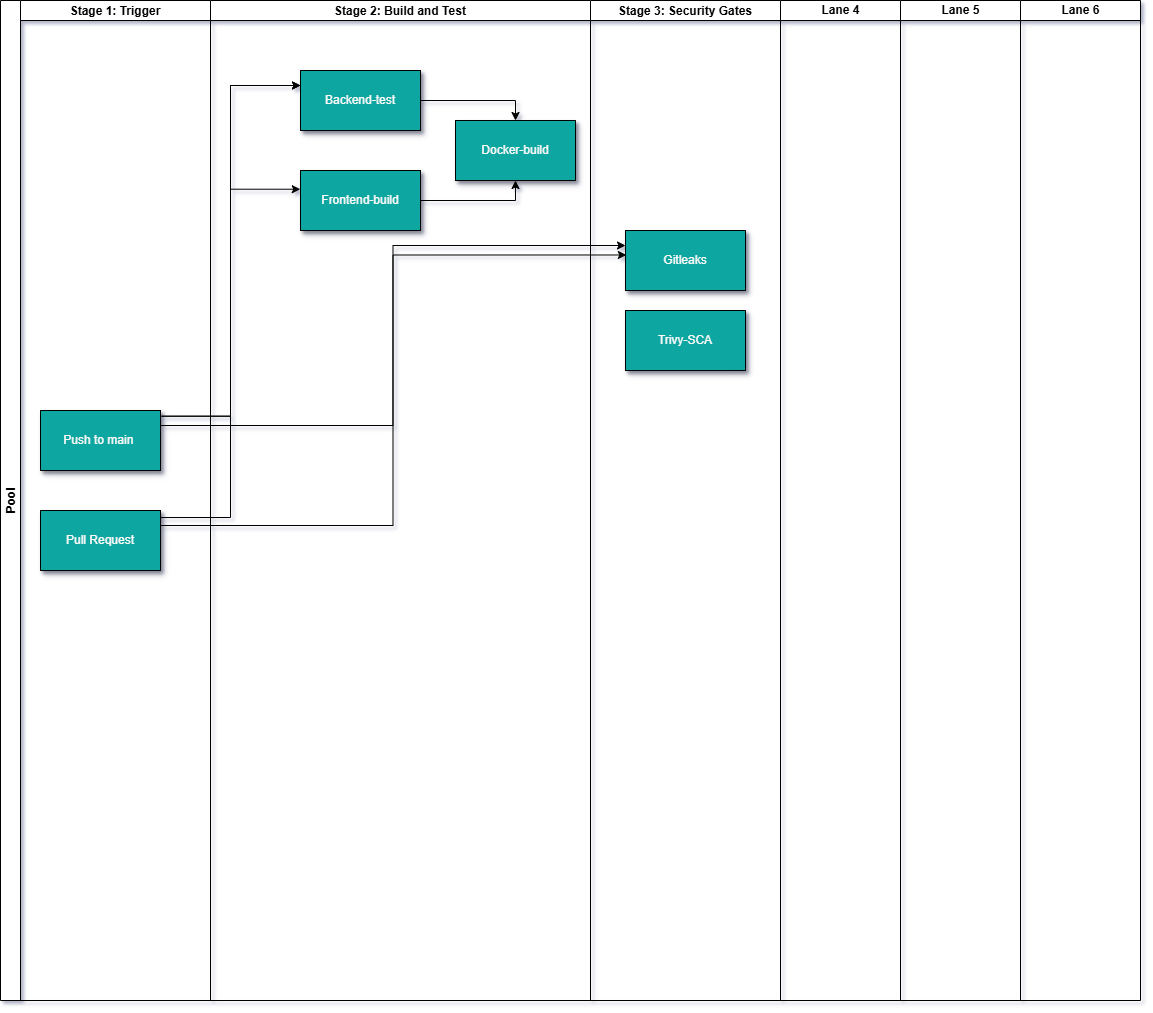
Before: docs/CICD_Pipeline.png, a diagram exported from draw.io (Sunloid/DevSecOps_Automated_CICD_pipeline). Source tidied: cells renumbered, new cells last; positions are measured from the earlier drawing's top-left corner, leaving out a move shared by most shapes.
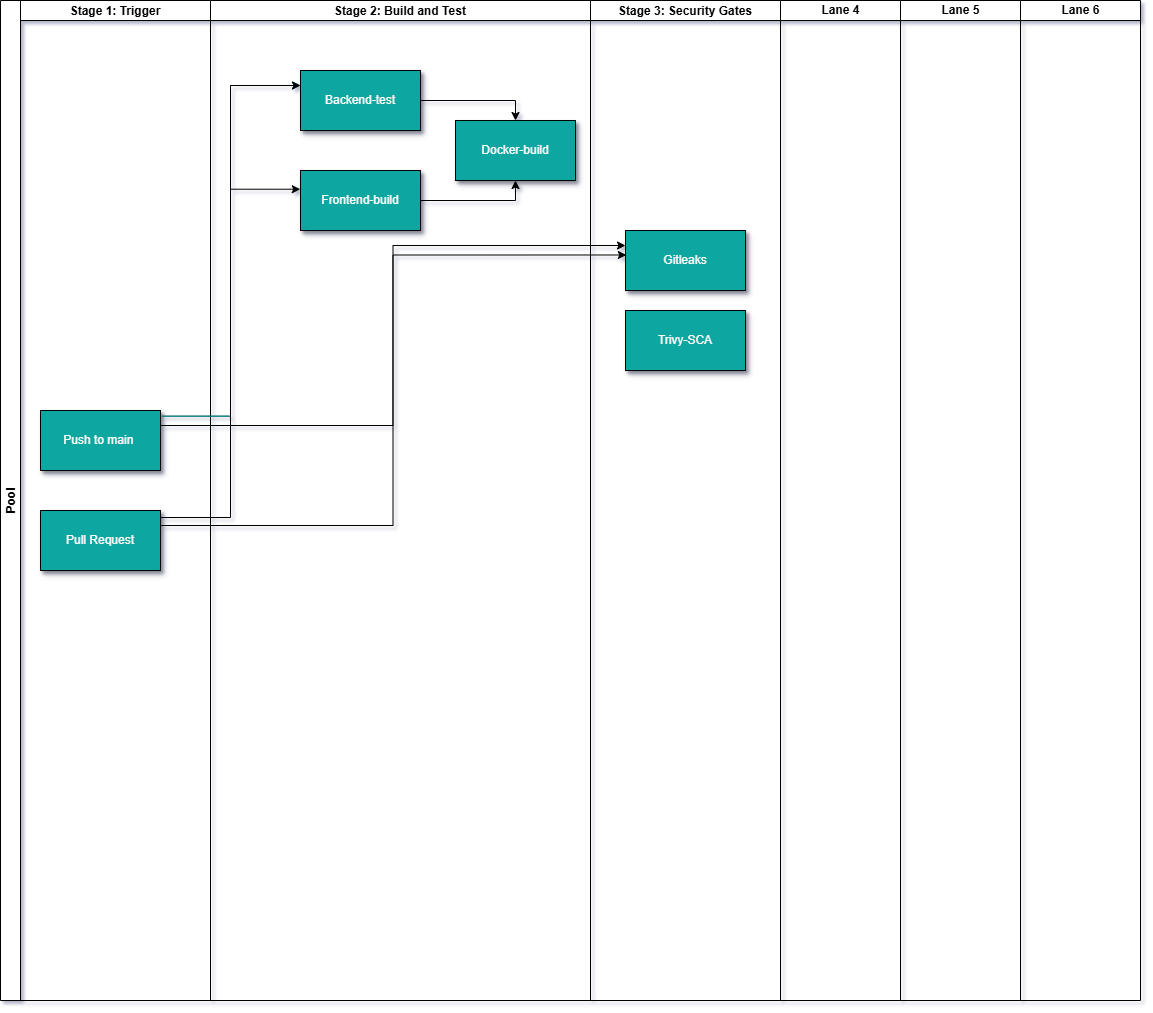
After the change.

Change to the diagram source:
```diff
@@ -53,7 +53,7 @@
     <mxCell id="18" style="edgeStyle=orthogonalEdgeStyle;rounded=0;jettySize=auto;html=1;exitX=1.013;exitY=0.095;exitDx=0;exitDy=0;entryX=-0.002;entryY=0.312;entryDx=0;entryDy=0;entryPerimeter=0;defaultLabelBackgroundColor=page;labelPadding=0 4;exitPerimeter=0;" parent="1" edge="1" source="7" target="15">
       <mxGeometry x="-0.03" relative="1" as="geometry" />
     </mxCell>
-    <mxCell id="19" style="edgeStyle=orthogonalEdgeStyle;rounded=0;jettySize=auto;html=1;exitX=1.007;exitY=0.095;exitDx=0;exitDy=0;entryX=0;entryY=0.25;entryDx=0;entryDy=0;defaultLabelBackgroundColor=page;labelPadding=0 4;exitPerimeter=0;" parent="1" edge="1" source="7" target="14">
+    <mxCell id="19" style="edgeStyle=orthogonalEdgeStyle;rounded=0;jettySize=auto;html=1;exitX=1.007;exitY=0.095;exitDx=0;exitDy=0;entryX=0;entryY=0.25;entryDx=0;entryDy=0;defaultLabelBackgroundColor=page;labelPadding=0 4;exitPerimeter=0;strokeColor=light-dark(#0ea6a0, #ededed);" parent="1" edge="1" source="7" target="14">
       <mxGeometry x="-0.06" relative="1" as="geometry" />
     </mxCell>
     <mxCell id="20" style="edgeStyle=orthogonalEdgeStyle;rounded=0;jettySize=auto;html=1;exitX=1;exitY=0.117;exitDx=0;exitDy=0;entryX=0;entryY=0.25;entryDx=0;entryDy=0;defaultLabelBackgroundColor=page;labelPadding=0 4;exitPerimeter=0;" parent="1" edge="1" source="8" target="14">
```
